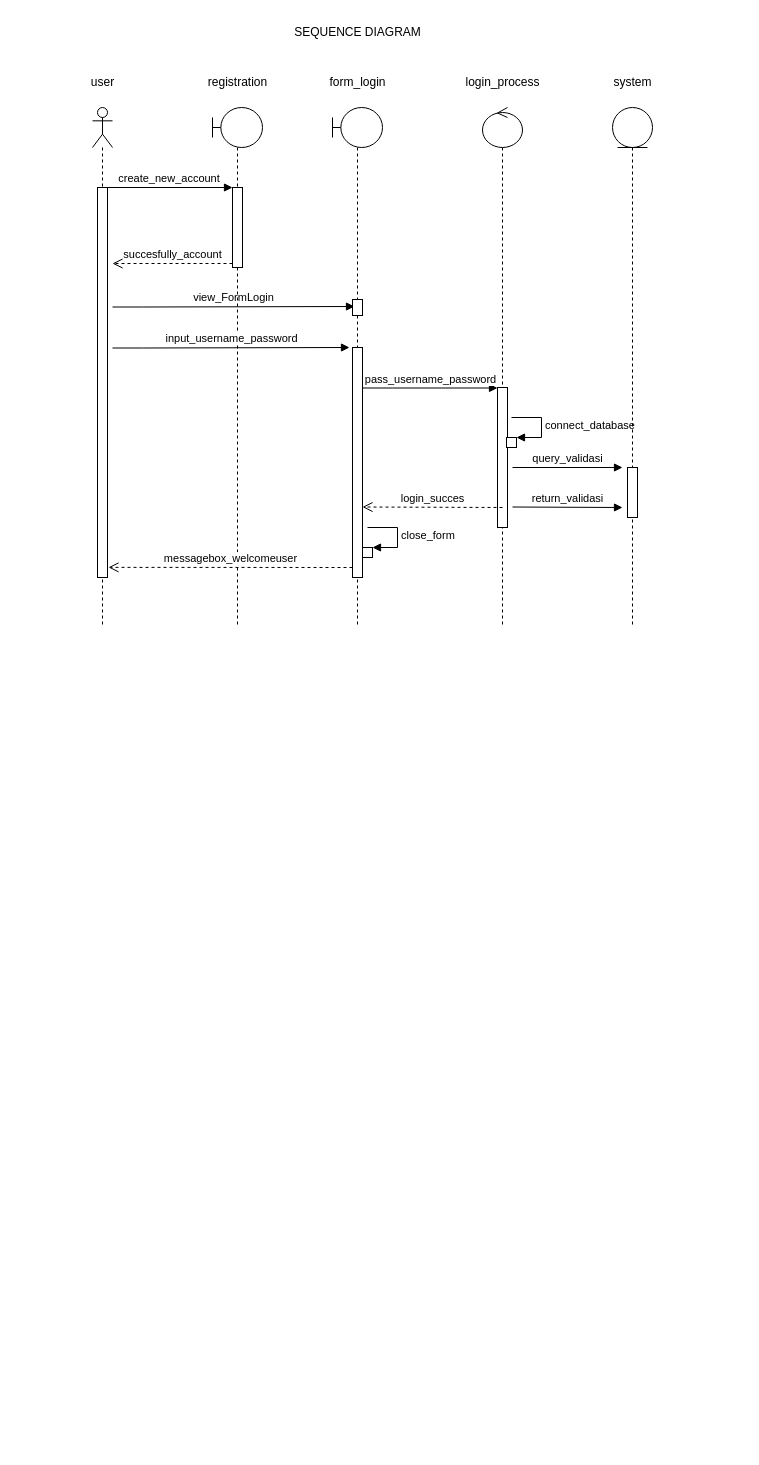
This is page "Page-19" (42 of 60) of Untitled Diagram.drawio from Jeremia0910/SJSI, a draw.io file, before an edit. Source tidied: cells renumbered, new cells numbered last; positions are measured from the earlier drawing's top-left corner, leaving out a move shared by most shapes. Both pictures are drawn from the tidied source at 100%, with x=0, y=0 at pixel (77, 17).
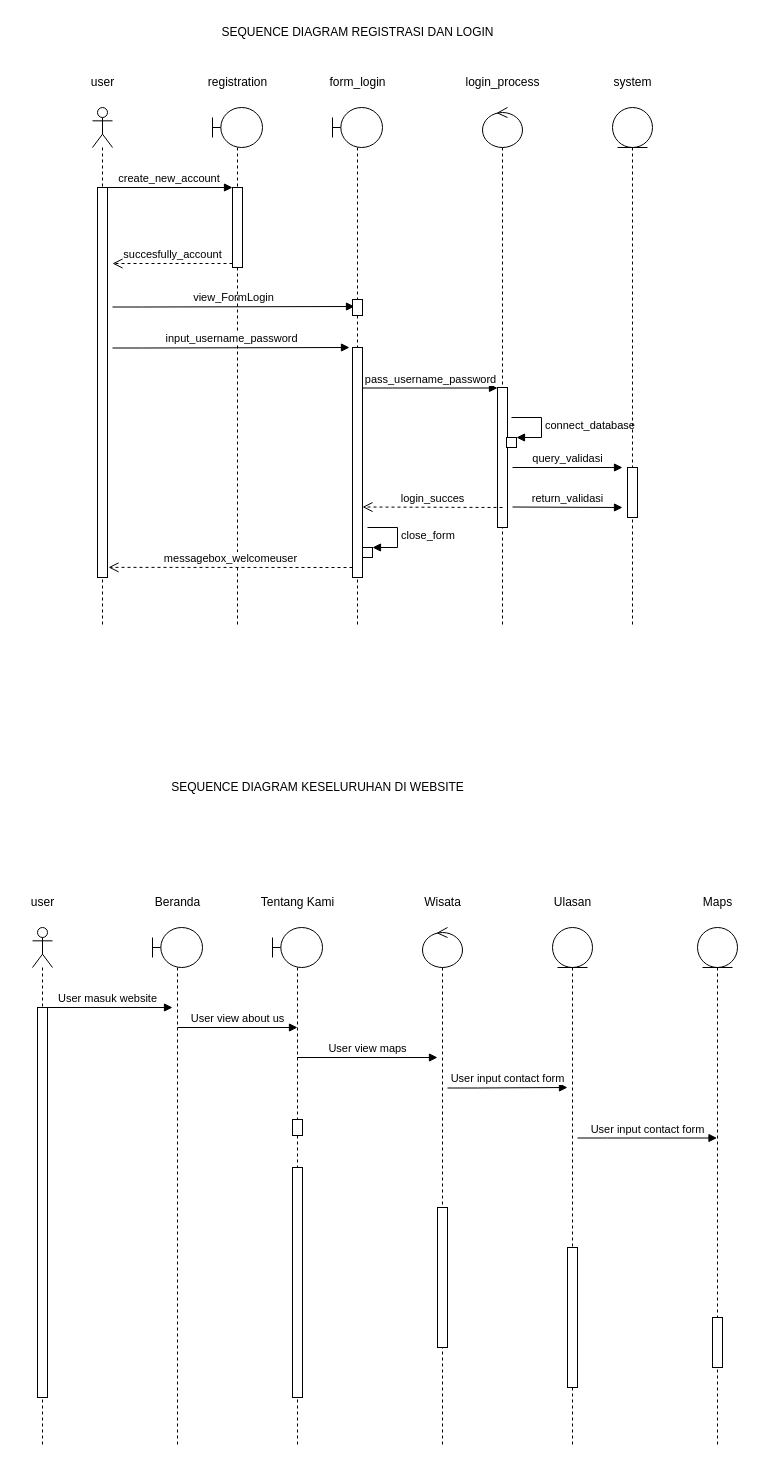
After the change.

Change to the diagram source:
```diff
@@
-    <mxCell id="2" value="SEQUENCE DIAGRAM" style="text;html=1;align=center;verticalAlign=middle;strokeColor=none;fillColor=none;" parent="1" vertex="1">
-      <mxGeometry x="205" width="150" height="30" as="geometry" />
+    <mxCell id="2" value="SEQUENCE DIAGRAM REGISTRASI DAN LOGIN" style="text;html=1;align=center;verticalAlign=middle;strokeColor=none;fillColor=none;" parent="1" vertex="1">
+      <mxGeometry x="140" width="280" height="30" as="geometry" />
     </mxCell>
@@
+    <mxCell id="32" style="shape=umlLifeline;participant=umlActor;perimeter=lifelinePerimeter;whiteSpace=wrap;html=1;verticalAlign=top;spacingTop=36;outlineConnect=0;" parent="1" vertex="1">
+      <mxGeometry x="-45" y="910" width="20" height="520" as="geometry" />
+    </mxCell>
+    <mxCell id="33" style="html=1;perimeter=orthogonalPerimeter;" parent="32" vertex="1">
+      <mxGeometry x="5" y="80" width="10" height="390" as="geometry" />
+    </mxCell>
+    <mxCell id="34" style="shape=umlLifeline;participant=umlBoundary;perimeter=lifelinePerimeter;whiteSpace=wrap;html=1;verticalAlign=top;spacingTop=36;" parent="1" vertex="1">
+      <mxGeometry x="75" y="910" width="50" height="520" as="geometry" />
+    </mxCell>
+    <mxCell id="35" value="User masuk website" style="html=1;verticalAlign=bottom;endArrow=block;entryX=0;entryY=0;rounded=0;" parent="1" edge="1" source="32">
+      <mxGeometry relative="1" as="geometry">
+        <mxPoint x="95" y="990" as="targetPoint" />
+      </mxGeometry>
+    </mxCell>
+    <mxCell id="36" style="shape=umlLifeline;participant=umlBoundary;perimeter=lifelinePerimeter;whiteSpace=wrap;html=1;verticalAlign=top;spacingTop=36;outlineConnect=0;" parent="1" vertex="1">
+      <mxGeometry x="195" y="910" width="50" height="520" as="geometry" />
+    </mxCell>
+    <mxCell id="37" style="html=1;perimeter=orthogonalPerimeter;" parent="36" vertex="1">
+      <mxGeometry x="20" y="192" width="10" height="16" as="geometry" />
+    </mxCell>
+    <mxCell id="38" style="html=1;perimeter=orthogonalPerimeter;" parent="36" vertex="1">
+      <mxGeometry x="20" y="240" width="10" height="230" as="geometry" />
+    </mxCell>
+    <mxCell id="39" style="shape=umlLifeline;participant=umlControl;perimeter=lifelinePerimeter;whiteSpace=wrap;html=1;verticalAlign=top;spacingTop=36;" parent="1" vertex="1">
+      <mxGeometry x="345" y="910" width="40" height="520" as="geometry" />
+    </mxCell>
+    <mxCell id="40" style="html=1;perimeter=orthogonalPerimeter;" parent="39" vertex="1">
+      <mxGeometry x="15" y="280" width="10" height="140" as="geometry" />
+    </mxCell>
+    <mxCell id="41" style="shape=umlLifeline;participant=umlEntity;perimeter=lifelinePerimeter;whiteSpace=wrap;html=1;verticalAlign=top;spacingTop=36;" parent="1" vertex="1">
+      <mxGeometry x="475" y="910" width="40" height="520" as="geometry" />
+    </mxCell>
+    <mxCell id="42" style="html=1;perimeter=orthogonalPerimeter;" parent="41" vertex="1">
+      <mxGeometry x="15" y="320" width="10" height="140" as="geometry" />
+    </mxCell>
+    <mxCell id="43" value="user" style="text;html=1;align=center;verticalAlign=middle;strokeColor=none;fillColor=none;" parent="1" vertex="1">
+      <mxGeometry x="-60" y="870" width="50" height="30" as="geometry" />
+    </mxCell>
+    <mxCell id="44" value="Beranda" style="text;html=1;align=center;verticalAlign=middle;strokeColor=none;fillColor=none;" parent="1" vertex="1">
+      <mxGeometry x="70" y="870" width="60" height="30" as="geometry" />
+    </mxCell>
+    <mxCell id="45" value="Tentang Kami" style="text;html=1;align=center;verticalAlign=middle;strokeColor=none;fillColor=none;" parent="1" vertex="1">
+      <mxGeometry x="175" y="870" width="90" height="30" as="geometry" />
+    </mxCell>
+    <mxCell id="46" value="Wisata" style="text;html=1;align=center;verticalAlign=middle;strokeColor=none;fillColor=none;" parent="1" vertex="1">
+      <mxGeometry x="335" y="870" width="60" height="30" as="geometry" />
+    </mxCell>
+    <mxCell id="47" value="Ulasan" style="text;html=1;align=center;verticalAlign=middle;strokeColor=none;fillColor=none;" parent="1" vertex="1">
+      <mxGeometry x="465" y="870" width="60" height="30" as="geometry" />
+    </mxCell>
+    <mxCell id="48" value="User view about us" style="html=1;verticalAlign=bottom;endArrow=block;rounded=0;" parent="1" edge="1">
+      <mxGeometry relative="1" as="geometry">
+        <mxPoint x="100" y="1010" as="sourcePoint" />
+        <mxPoint x="220" y="1010" as="targetPoint" />
+      </mxGeometry>
+    </mxCell>
+    <mxCell id="49" value="User view maps" style="html=1;verticalAlign=bottom;endArrow=block;entryX=0;entryY=0;rounded=0;" parent="1" edge="1" source="36">
+      <mxGeometry relative="1" as="geometry">
+        <mxPoint x="360" y="1040" as="targetPoint" />
+      </mxGeometry>
+    </mxCell>
+    <mxCell id="50" value="User input contact form" style="html=1;verticalAlign=bottom;endArrow=block;rounded=0;" parent="1" edge="1">
+      <mxGeometry relative="1" as="geometry">
+        <mxPoint x="370" y="1070.5" as="sourcePoint" />
+        <mxPoint x="490" y="1070" as="targetPoint" />
+        <Array as="points">
+          <mxPoint x="400" y="1070.5" />
+        </Array>
+      </mxGeometry>
+    </mxCell>
+    <mxCell id="51" value="SEQUENCE DIAGRAM KESELURUHAN DI WEBSITE" style="text;html=1;align=center;verticalAlign=middle;strokeColor=none;fillColor=none;" parent="1" vertex="1">
+      <mxGeometry x="90" y="755" width="300" height="30" as="geometry" />
+    </mxCell>
+    <mxCell id="52" style="shape=umlLifeline;participant=umlEntity;perimeter=lifelinePerimeter;whiteSpace=wrap;html=1;verticalAlign=top;spacingTop=36;outlineConnect=0;" parent="1" vertex="1">
+      <mxGeometry x="620" y="910" width="40" height="520" as="geometry" />
+    </mxCell>
+    <mxCell id="53" style="html=1;perimeter=orthogonalPerimeter;" parent="52" vertex="1">
+      <mxGeometry x="15" y="390" width="10" height="50" as="geometry" />
+    </mxCell>
+    <mxCell id="54" value="Maps" style="text;html=1;align=center;verticalAlign=middle;strokeColor=none;fillColor=none;" parent="1" vertex="1">
+      <mxGeometry x="615" y="870" width="50" height="30" as="geometry" />
+    </mxCell>
+    <mxCell id="55" value="User input contact form" style="html=1;verticalAlign=bottom;endArrow=block;rounded=0;" parent="1" edge="1" target="52">
+      <mxGeometry relative="1" as="geometry">
+        <mxPoint x="500" y="1120.5" as="sourcePoint" />
+        <Array as="points">
+          <mxPoint x="530" y="1120.5" />
+        </Array>
+      </mxGeometry>
+    </mxCell>
```
